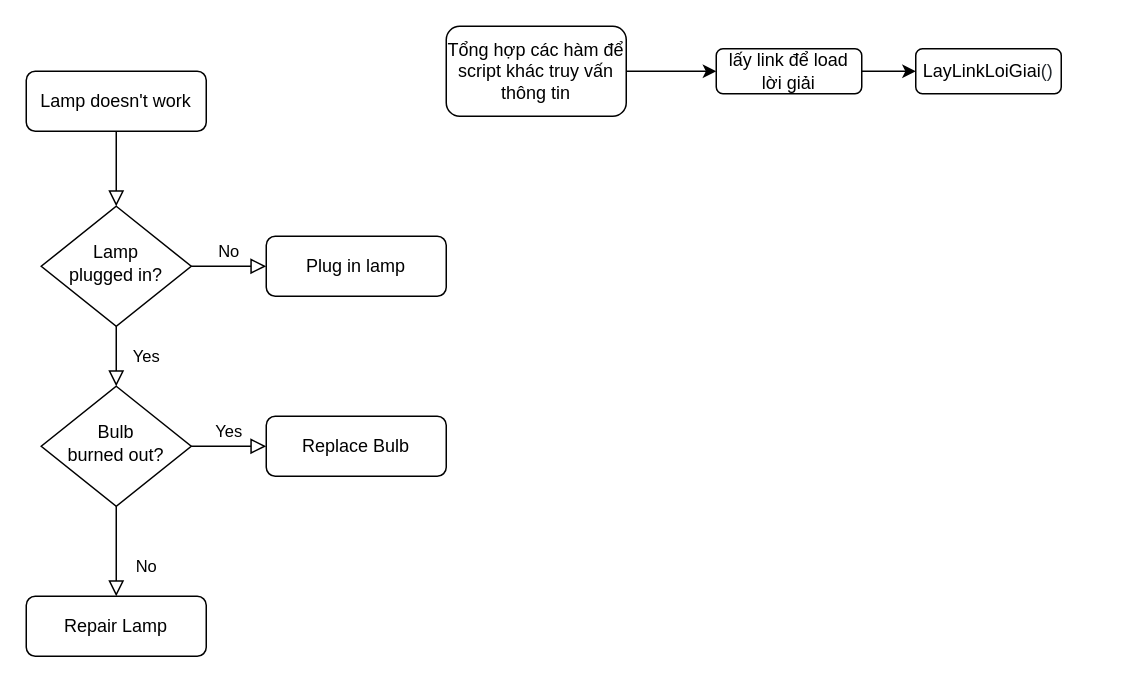
Above: Scripts/GeneralUI/NewQuizManager.drawio in Nhonnguyenchi91/Testing (draw.io), before the change. Source tidied: cells renumbered, new cells numbered last; positions are measured from the earlier drawing's top-left corner, leaving out a move shared by most shapes. Both pictures are drawn from the tidied source at 150%, with x=0, y=0 at pixel (26, 26).
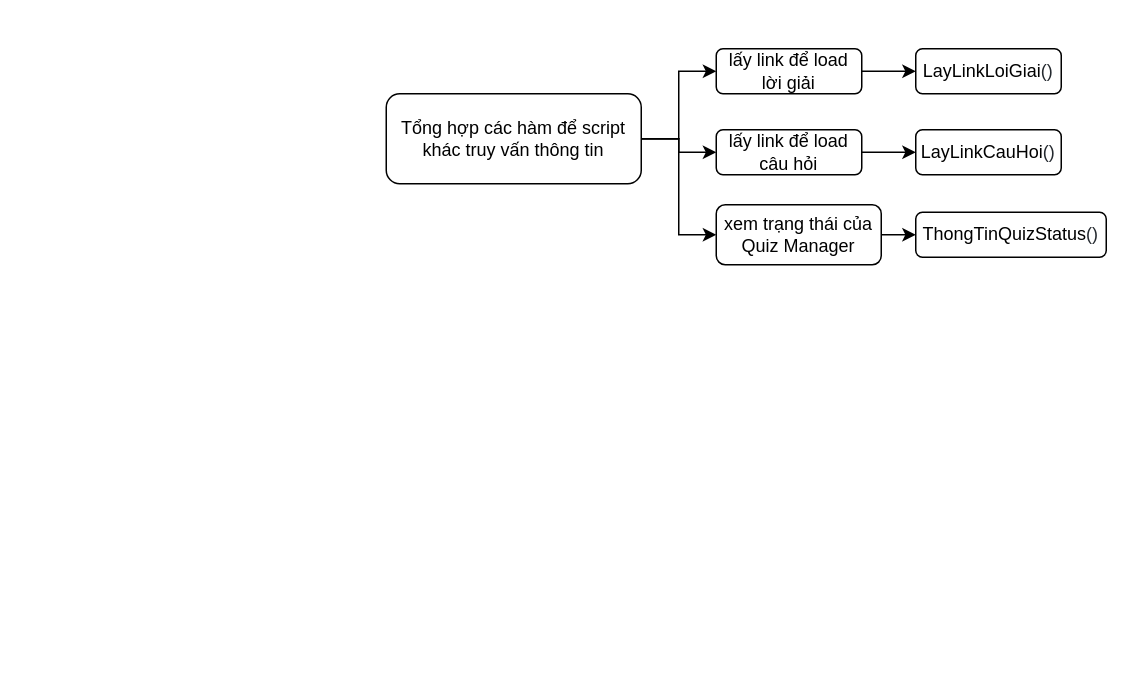
The same page after the edit.

What changed in the source:
```diff
@@
 <mxGraphModel>
   <root>
     <mxCell id="0" />
     <mxCell id="1" parent="0" />
-    <mxCell id="2" style="rounded=0;html=1;jettySize=auto;fontSize=11;endArrow=block;endFill=0;endSize=8;strokeWidth=1;shadow=0;labelBackgroundColor=none;edgeStyle=orthogonalEdgeStyle;" parent="1" edge="1" source="3" target="6">
-      <mxGeometry relative="1" as="geometry" />
-    </mxCell>
-    <mxCell id="3" value="Lamp doesn't work" style="rounded=1;whiteSpace=wrap;html=1;fontSize=12;glass=0;strokeWidth=1;shadow=0;" parent="1" vertex="1">
-      <mxGeometry y="30" width="120" height="40" as="geometry" />
-    </mxCell>
-    <mxCell id="4" value="Yes" style="rounded=0;html=1;jettySize=auto;fontSize=11;endArrow=block;endFill=0;endSize=8;strokeWidth=1;shadow=0;labelBackgroundColor=none;edgeStyle=orthogonalEdgeStyle;" parent="1" edge="1" source="6" target="10">
-      <mxGeometry y="20" relative="1" as="geometry" />
-    </mxCell>
-    <mxCell id="5" value="No" style="edgeStyle=orthogonalEdgeStyle;rounded=0;html=1;jettySize=auto;fontSize=11;endArrow=block;endFill=0;endSize=8;strokeWidth=1;shadow=0;labelBackgroundColor=none;" parent="1" edge="1" source="6" target="7">
-      <mxGeometry y="10" relative="1" as="geometry" />
-    </mxCell>
-    <mxCell id="6" value="Lamp&lt;br&gt;plugged in?" style="rhombus;whiteSpace=wrap;html=1;shadow=0;fontFamily=Helvetica;fontSize=12;align=center;strokeWidth=1;spacing=6;spacingTop=-4;" parent="1" vertex="1">
-      <mxGeometry x="10" y="120" width="100" height="80" as="geometry" />
-    </mxCell>
-    <mxCell id="7" value="Plug in lamp" style="rounded=1;whiteSpace=wrap;html=1;fontSize=12;glass=0;strokeWidth=1;shadow=0;" parent="1" vertex="1">
-      <mxGeometry x="160" y="140" width="120" height="40" as="geometry" />
-    </mxCell>
-    <mxCell id="8" value="No" style="rounded=0;html=1;jettySize=auto;fontSize=11;endArrow=block;endFill=0;endSize=8;strokeWidth=1;shadow=0;labelBackgroundColor=none;edgeStyle=orthogonalEdgeStyle;" parent="1" edge="1" source="10" target="11">
-      <mxGeometry x="0.33" y="20" relative="1" as="geometry" />
-    </mxCell>
-    <mxCell id="9" value="Yes" style="edgeStyle=orthogonalEdgeStyle;rounded=0;html=1;jettySize=auto;fontSize=11;endArrow=block;endFill=0;endSize=8;strokeWidth=1;shadow=0;labelBackgroundColor=none;" parent="1" edge="1" source="10" target="12">
-      <mxGeometry y="10" relative="1" as="geometry" />
-    </mxCell>
-    <mxCell id="10" value="Bulb&lt;br&gt;burned out?" style="rhombus;whiteSpace=wrap;html=1;shadow=0;fontFamily=Helvetica;fontSize=12;align=center;strokeWidth=1;spacing=6;spacingTop=-4;" parent="1" vertex="1">
-      <mxGeometry x="10" y="240" width="100" height="80" as="geometry" />
-    </mxCell>
-    <mxCell id="11" value="Repair Lamp" style="rounded=1;whiteSpace=wrap;html=1;fontSize=12;glass=0;strokeWidth=1;shadow=0;" parent="1" vertex="1">
-      <mxGeometry y="380" width="120" height="40" as="geometry" />
-    </mxCell>
-    <mxCell id="12" value="Replace Bulb" style="rounded=1;whiteSpace=wrap;html=1;fontSize=12;glass=0;strokeWidth=1;shadow=0;" parent="1" vertex="1">
-      <mxGeometry x="160" y="260" width="120" height="40" as="geometry" />
-    </mxCell>
     <mxCell id="13" style="edgeStyle=orthogonalEdgeStyle;rounded=0;jettySize=auto;html=1;exitX=1;exitY=0.5;exitDx=0;exitDy=0;" parent="1" edge="1" source="14" target="16">
       <mxGeometry relative="1" as="geometry" />
     </mxCell>
+    <mxCell id="18" style="edgeStyle=orthogonalEdgeStyle;rounded=0;jettySize=auto;html=1;exitX=1;exitY=0.5;exitDx=0;exitDy=0;entryX=0;entryY=0.5;entryDx=0;entryDy=0;" parent="1" edge="1" source="14" target="21">
+      <mxGeometry relative="1" as="geometry" />
+    </mxCell>
+    <mxCell id="19" style="edgeStyle=orthogonalEdgeStyle;rounded=0;jettySize=auto;html=1;entryX=0;entryY=0.5;entryDx=0;entryDy=0;" parent="1" edge="1" source="14" target="24">
+      <mxGeometry relative="1" as="geometry" />
+    </mxCell>
     <mxCell id="14" value="Tổng hợp các hàm để script khác truy vấn thông tin" style="rounded=1;whiteSpace=wrap;html=1;" parent="1" vertex="1">
-      <mxGeometry x="280" width="120" height="60" as="geometry" />
+      <mxGeometry x="240" y="45" width="170" height="60" as="geometry" />
     </mxCell>
     <mxCell id="15" style="edgeStyle=orthogonalEdgeStyle;rounded=0;jettySize=auto;html=1;exitX=1;exitY=0.5;exitDx=0;exitDy=0;entryX=0;entryY=0.5;entryDx=0;entryDy=0;" parent="1" edge="1" source="16" target="17">
       <mxGeometry relative="1" as="geometry" />
     </mxCell>
     <mxCell id="16" value="lấy link để load lời giải" style="rounded=1;whiteSpace=wrap;html=1;" parent="1" vertex="1">
       <mxGeometry x="460" y="15" width="97" height="30" as="geometry" />
     </mxCell>
     <mxCell id="17" value="&lt;span class=&quot;pl-en&quot; style=&quot;box-sizing: border-box ; font-family: , , &amp;#34;sf mono&amp;#34; , &amp;#34;menlo&amp;#34; , &amp;#34;consolas&amp;#34; , &amp;#34;liberation mono&amp;#34; , monospace ; background-color: rgb(255 , 255 , 255)&quot;&gt;&lt;span class=&quot;pl-token&quot; style=&quot;box-sizing: border-box&quot;&gt;LayLinkLoiGiai&lt;/span&gt;&lt;/span&gt;&lt;span style=&quot;color: rgb(36 , 41 , 47) ; font-family: , , &amp;#34;sf mono&amp;#34; , &amp;#34;menlo&amp;#34; , &amp;#34;consolas&amp;#34; , &amp;#34;liberation mono&amp;#34; , monospace ; background-color: rgb(255 , 255 , 255)&quot;&gt;()&lt;/span&gt;" style="rounded=1;whiteSpace=wrap;html=1;" parent="1" vertex="1">
       <mxGeometry x="593" y="15" width="97" height="30" as="geometry" />
     </mxCell>
+    <mxCell id="20" style="edgeStyle=orthogonalEdgeStyle;rounded=0;jettySize=auto;html=1;exitX=1;exitY=0.5;exitDx=0;exitDy=0;entryX=0;entryY=0.5;entryDx=0;entryDy=0;" parent="1" edge="1" source="21" target="22">
+      <mxGeometry relative="1" as="geometry" />
+    </mxCell>
+    <mxCell id="21" value="lấy link để load câu hỏi" style="rounded=1;whiteSpace=wrap;html=1;" parent="1" vertex="1">
+      <mxGeometry x="460" y="69" width="97" height="30" as="geometry" />
+    </mxCell>
+    <mxCell id="22" value="&lt;span class=&quot;pl-en&quot; style=&quot;box-sizing: border-box ; font-family: , , &amp;#34;sf mono&amp;#34; , &amp;#34;menlo&amp;#34; , &amp;#34;consolas&amp;#34; , &amp;#34;liberation mono&amp;#34; , monospace ; background-color: rgb(255 , 255 , 255)&quot;&gt;&lt;span class=&quot;pl-token&quot; style=&quot;box-sizing: border-box&quot;&gt;LayLinkCauHoi&lt;/span&gt;&lt;/span&gt;&lt;span style=&quot;color: rgb(36 , 41 , 47) ; font-family: , , &amp;#34;sf mono&amp;#34; , &amp;#34;menlo&amp;#34; , &amp;#34;consolas&amp;#34; , &amp;#34;liberation mono&amp;#34; , monospace ; background-color: rgb(255 , 255 , 255)&quot;&gt;()&lt;/span&gt;" style="rounded=1;whiteSpace=wrap;html=1;" parent="1" vertex="1">
+      <mxGeometry x="593" y="69" width="97" height="30" as="geometry" />
+    </mxCell>
+    <mxCell id="23" style="edgeStyle=orthogonalEdgeStyle;rounded=0;jettySize=auto;html=1;exitX=1;exitY=0.5;exitDx=0;exitDy=0;entryX=0;entryY=0.5;entryDx=0;entryDy=0;" parent="1" edge="1" source="24" target="25">
+      <mxGeometry relative="1" as="geometry" />
+    </mxCell>
+    <mxCell id="24" value="xem trạng thái của Quiz Manager" style="rounded=1;whiteSpace=wrap;html=1;" parent="1" vertex="1">
+      <mxGeometry x="460" y="119" width="110" height="40" as="geometry" />
+    </mxCell>
+    <mxCell id="25" value="&lt;span class=&quot;pl-en&quot; style=&quot;box-sizing: border-box ; font-family: , , &amp;#34;sf mono&amp;#34; , &amp;#34;menlo&amp;#34; , &amp;#34;consolas&amp;#34; , &amp;#34;liberation mono&amp;#34; , monospace ; background-color: rgb(255 , 255 , 255)&quot;&gt;&lt;span class=&quot;pl-token&quot; style=&quot;box-sizing: border-box&quot;&gt;ThongTinQuizStatus&lt;/span&gt;&lt;/span&gt;&lt;span style=&quot;color: rgb(36 , 41 , 47) ; font-family: , , &amp;#34;sf mono&amp;#34; , &amp;#34;menlo&amp;#34; , &amp;#34;consolas&amp;#34; , &amp;#34;liberation mono&amp;#34; , monospace ; background-color: rgb(255 , 255 , 255)&quot;&gt;()&lt;/span&gt;" style="rounded=1;whiteSpace=wrap;html=1;" parent="1" vertex="1">
+      <mxGeometry x="593" y="124" width="127" height="30" as="geometry" />
+    </mxCell>
   </root>
 </mxGraphModel>
```
